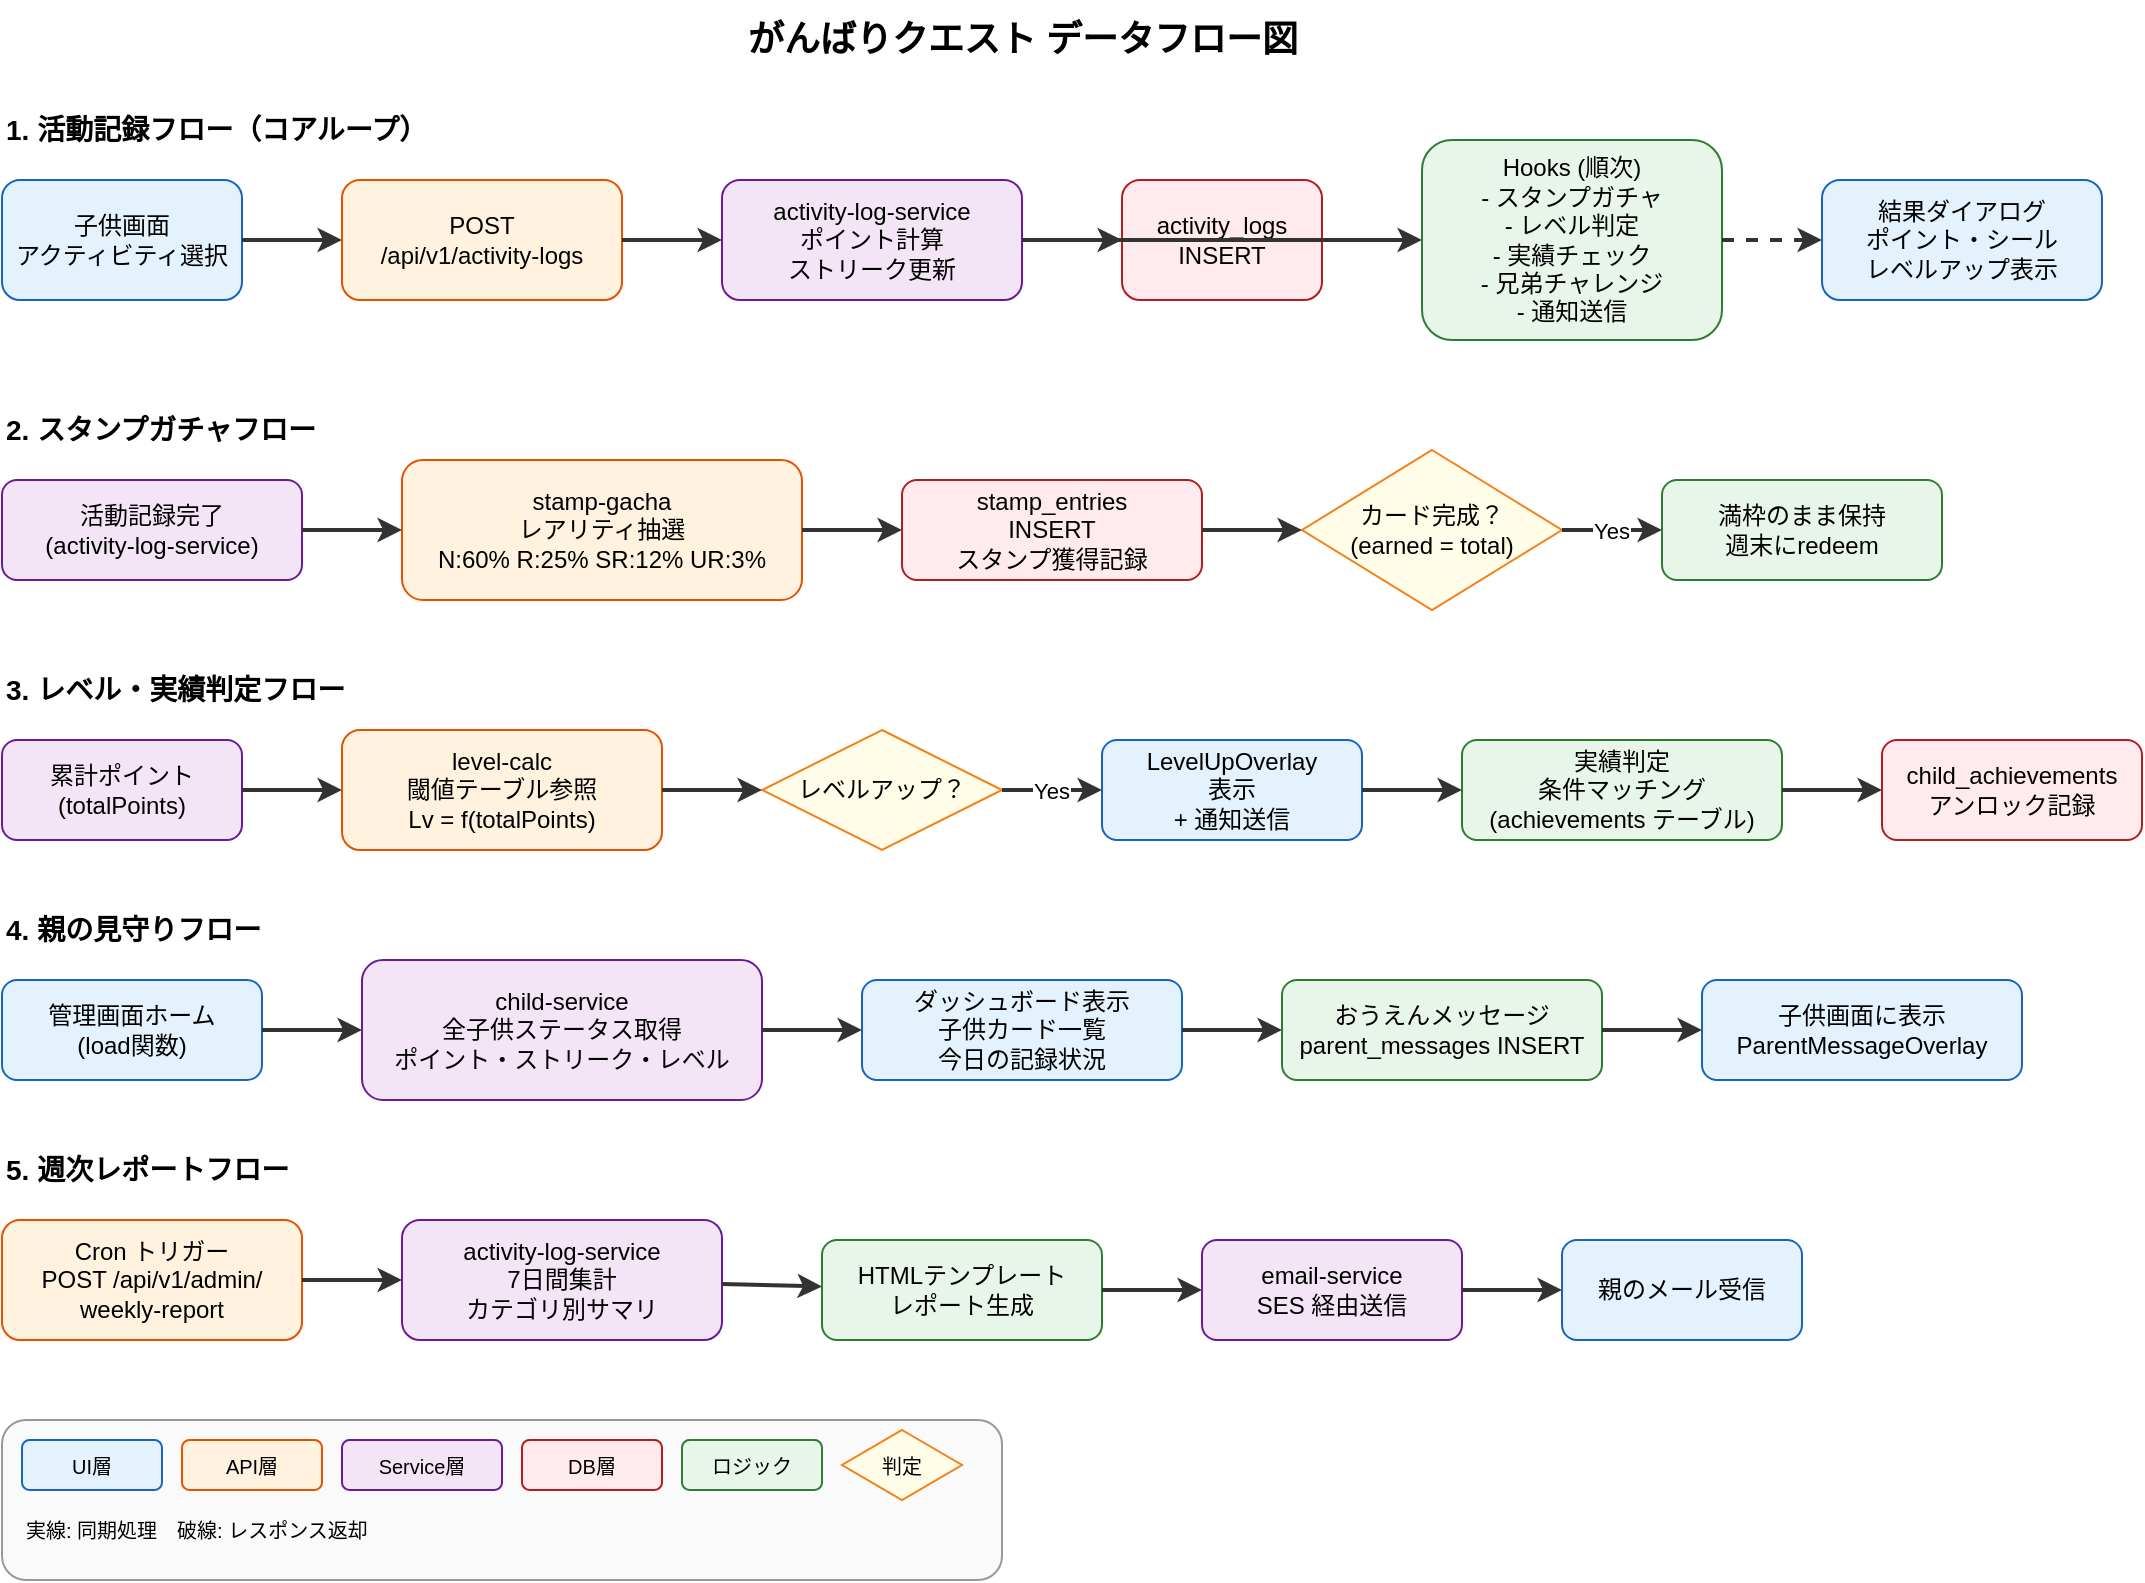
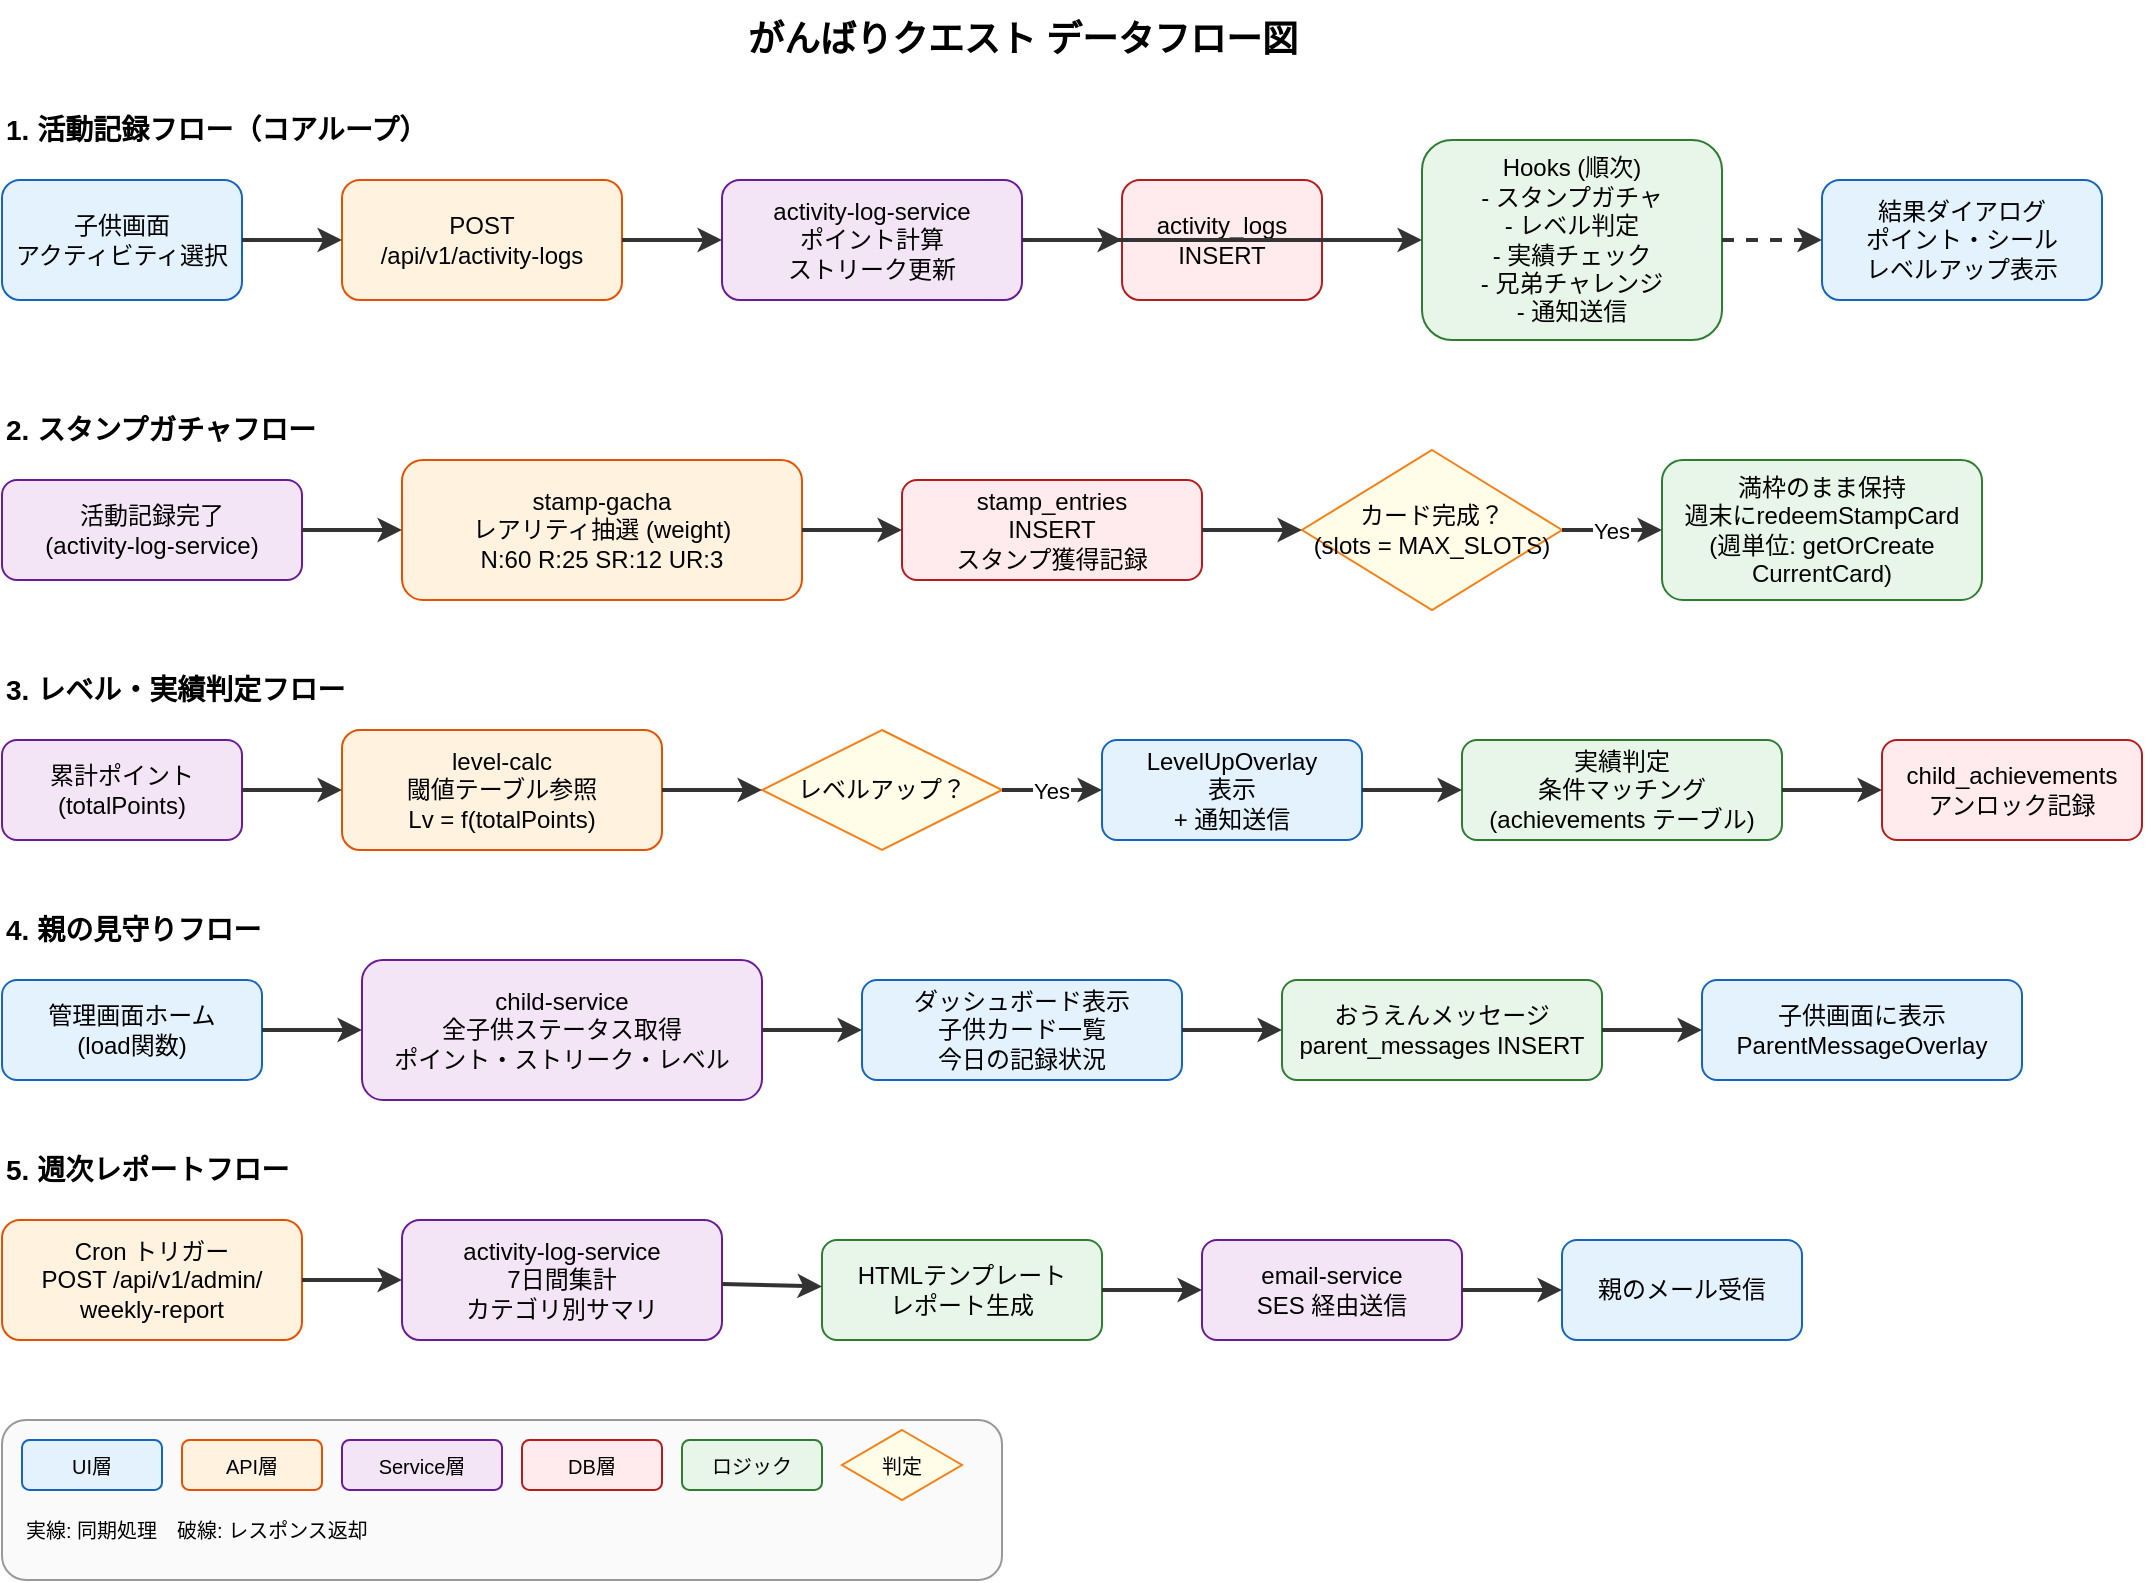
<mxfile host="app.diagrams.net" modified="2026-04-09" agent="Claude" version="24.0.0" type="device">
  <diagram id="data-flow" name="Data Flow">
    <mxGraphModel dx="1422" dy="900" grid="1" gridSize="10" guides="1" tooltips="1" connect="1" arrows="1" fold="1" page="1" pageScale="1" pageWidth="1169" pageHeight="827" math="0" shadow="0">
      <root>
        <mxCell id="0" />
        <mxCell id="1" parent="0" />

        <!-- Title -->
        <mxCell id="title" value="がんばりクエスト データフロー図" style="text;html=1;align=center;verticalAlign=middle;resizable=0;points=[];autosize=1;strokeColor=none;fillColor=none;fontSize=18;fontStyle=1;" vertex="1" parent="1">
          <mxGeometry x="350" y="10" width="400" height="40" as="geometry" />
        </mxCell>

        <!-- ===== Flow 1: Activity Recording (Core Loop) ===== -->
        <mxCell id="flow1-title" value="1. 活動記録フロー（コアループ）" style="text;html=1;align=left;verticalAlign=middle;strokeColor=none;fillColor=none;fontSize=14;fontStyle=1;" vertex="1" parent="1">
          <mxGeometry x="40" y="60" width="300" height="30" as="geometry" />
        </mxCell>

        <mxCell id="f1-child" value="子供画面&#xa;アクティビティ選択" style="rounded=1;whiteSpace=wrap;html=1;fillColor=#E3F2FD;strokeColor=#1565C0;" vertex="1" parent="1">
          <mxGeometry x="40" y="100" width="120" height="60" as="geometry" />
        </mxCell>
        <mxCell id="f1-api" value="POST&#xa;/api/v1/activity-logs" style="rounded=1;whiteSpace=wrap;html=1;fillColor=#FFF3E0;strokeColor=#E65100;" vertex="1" parent="1">
          <mxGeometry x="210" y="100" width="140" height="60" as="geometry" />
        </mxCell>
        <mxCell id="f1-svc" value="activity-log-service&#xa;ポイント計算&#xa;ストリーク更新" style="rounded=1;whiteSpace=wrap;html=1;fillColor=#F3E5F5;strokeColor=#6A1B9A;" vertex="1" parent="1">
          <mxGeometry x="400" y="100" width="150" height="60" as="geometry" />
        </mxCell>
        <mxCell id="f1-db" value="activity_logs&#xa;INSERT" style="rounded=1;whiteSpace=wrap;html=1;fillColor=#FFEBEE;strokeColor=#B71C1C;" vertex="1" parent="1">
          <mxGeometry x="600" y="100" width="100" height="60" as="geometry" />
        </mxCell>
        <mxCell id="f1-hooks" value="Hooks (順次)&#xa;- スタンプガチャ&#xa;- レベル判定&#xa;- 実績チェック&#xa;- 兄弟チャレンジ&#xa;- 通知送信" style="rounded=1;whiteSpace=wrap;html=1;fillColor=#E8F5E9;strokeColor=#2E7D32;" vertex="1" parent="1">
          <mxGeometry x="750" y="80" width="150" height="100" as="geometry" />
        </mxCell>
        <mxCell id="f1-result" value="結果ダイアログ&#xa;ポイント・シール&#xa;レベルアップ表示" style="rounded=1;whiteSpace=wrap;html=1;fillColor=#E3F2FD;strokeColor=#1565C0;" vertex="1" parent="1">
          <mxGeometry x="950" y="100" width="140" height="60" as="geometry" />
        </mxCell>

        <mxCell id="f1-e1" style="strokeColor=#333;strokeWidth=2;" edge="1" source="f1-child" target="f1-api" parent="1"><mxGeometry relative="1" as="geometry" /></mxCell>
        <mxCell id="f1-e2" style="strokeColor=#333;strokeWidth=2;" edge="1" source="f1-api" target="f1-svc" parent="1"><mxGeometry relative="1" as="geometry" /></mxCell>
        <mxCell id="f1-e3" style="strokeColor=#333;strokeWidth=2;" edge="1" source="f1-svc" target="f1-db" parent="1"><mxGeometry relative="1" as="geometry" /></mxCell>
        <mxCell id="f1-e4" style="strokeColor=#333;strokeWidth=2;" edge="1" source="f1-svc" target="f1-hooks" parent="1"><mxGeometry relative="1" as="geometry" /></mxCell>
        <mxCell id="f1-e5" style="strokeColor=#333;strokeWidth=2;dashed=1;" edge="1" source="f1-hooks" target="f1-result" parent="1"><mxGeometry relative="1" as="geometry" /></mxCell>

        <!-- ===== Flow 2: Stamp Gacha ===== -->
        <mxCell id="flow2-title" value="2. スタンプガチャフロー" style="text;html=1;align=left;verticalAlign=middle;strokeColor=none;fillColor=none;fontSize=14;fontStyle=1;" vertex="1" parent="1">
          <mxGeometry x="40" y="210" width="300" height="30" as="geometry" />
        </mxCell>

        <mxCell id="f2-trigger" value="活動記録完了&#xa;(activity-log-service)" style="rounded=1;whiteSpace=wrap;html=1;fillColor=#F3E5F5;strokeColor=#6A1B9A;" vertex="1" parent="1">
          <mxGeometry x="40" y="250" width="150" height="50" as="geometry" />
        </mxCell>
-         <mxCell id="f2-gacha" value="stamp-gacha&#xa;レアリティ抽選&#xa;N:60% R:25% SR:12% UR:3%" style="rounded=1;whiteSpace=wrap;html=1;fillColor=#FFF3E0;strokeColor=#E65100;" vertex="1" parent="1">
+         <mxCell id="f2-gacha" value="stamp-gacha&#xa;レアリティ抽選 (weight)&#xa;N:60 R:25 SR:12 UR:3" style="rounded=1;whiteSpace=wrap;html=1;fillColor=#FFF3E0;strokeColor=#E65100;" vertex="1" parent="1">
          <mxGeometry x="240" y="240" width="200" height="70" as="geometry" />
        </mxCell>
        <mxCell id="f2-card" value="stamp_entries&#xa;INSERT&#xa;スタンプ獲得記録" style="rounded=1;whiteSpace=wrap;html=1;fillColor=#FFEBEE;strokeColor=#B71C1C;" vertex="1" parent="1">
          <mxGeometry x="490" y="250" width="150" height="50" as="geometry" />
        </mxCell>
-         <mxCell id="f2-complete" value="カード完成？&#xa;(earned = total)" style="shape=rhombus;whiteSpace=wrap;html=1;fillColor=#FFFDE7;strokeColor=#F57F17;" vertex="1" parent="1">
+         <mxCell id="f2-complete" value="カード完成？&#xa;(slots = MAX_SLOTS)" style="shape=rhombus;whiteSpace=wrap;html=1;fillColor=#FFFDE7;strokeColor=#F57F17;" vertex="1" parent="1">
          <mxGeometry x="690" y="235" width="130" height="80" as="geometry" />
        </mxCell>
-         <mxCell id="f2-new" value="満枠のまま保持&#xa;週末にredeem" style="rounded=1;whiteSpace=wrap;html=1;fillColor=#E8F5E9;strokeColor=#2E7D32;" vertex="1" parent="1">
-           <mxGeometry x="870" y="250" width="140" height="50" as="geometry" />
+         <mxCell id="f2-new" value="満枠のまま保持&#xa;週末にredeemStampCard&#xa;(週単位: getOrCreate&#xa;CurrentCard)" style="rounded=1;whiteSpace=wrap;html=1;fillColor=#E8F5E9;strokeColor=#2E7D32;" vertex="1" parent="1">
+           <mxGeometry x="870" y="240" width="160" height="70" as="geometry" />
        </mxCell>

        <mxCell id="f2-e1" style="strokeColor=#333;strokeWidth=2;" edge="1" source="f2-trigger" target="f2-gacha" parent="1"><mxGeometry relative="1" as="geometry" /></mxCell>
        <mxCell id="f2-e2" style="strokeColor=#333;strokeWidth=2;" edge="1" source="f2-gacha" target="f2-card" parent="1"><mxGeometry relative="1" as="geometry" /></mxCell>
        <mxCell id="f2-e3" style="strokeColor=#333;strokeWidth=2;" edge="1" source="f2-card" target="f2-complete" parent="1"><mxGeometry relative="1" as="geometry" /></mxCell>
        <mxCell id="f2-e4" value="Yes" style="strokeColor=#333;strokeWidth=2;" edge="1" source="f2-complete" target="f2-new" parent="1"><mxGeometry relative="1" as="geometry" /></mxCell>

        <!-- ===== Flow 3: Level & Achievement ===== -->
        <mxCell id="flow3-title" value="3. レベル・実績判定フロー" style="text;html=1;align=left;verticalAlign=middle;strokeColor=none;fillColor=none;fontSize=14;fontStyle=1;" vertex="1" parent="1">
          <mxGeometry x="40" y="340" width="300" height="30" as="geometry" />
        </mxCell>

        <mxCell id="f3-points" value="累計ポイント&#xa;(totalPoints)" style="rounded=1;whiteSpace=wrap;html=1;fillColor=#F3E5F5;strokeColor=#6A1B9A;" vertex="1" parent="1">
          <mxGeometry x="40" y="380" width="120" height="50" as="geometry" />
        </mxCell>
        <mxCell id="f3-levelcalc" value="level-calc&#xa;閾値テーブル参照&#xa;Lv = f(totalPoints)" style="rounded=1;whiteSpace=wrap;html=1;fillColor=#FFF3E0;strokeColor=#E65100;" vertex="1" parent="1">
          <mxGeometry x="210" y="375" width="160" height="60" as="geometry" />
        </mxCell>
        <mxCell id="f3-levelup" value="レベルアップ？" style="shape=rhombus;whiteSpace=wrap;html=1;fillColor=#FFFDE7;strokeColor=#F57F17;" vertex="1" parent="1">
          <mxGeometry x="420" y="375" width="120" height="60" as="geometry" />
        </mxCell>
        <mxCell id="f3-notify" value="LevelUpOverlay&#xa;表示&#xa;+ 通知送信" style="rounded=1;whiteSpace=wrap;html=1;fillColor=#E3F2FD;strokeColor=#1565C0;" vertex="1" parent="1">
          <mxGeometry x="590" y="380" width="130" height="50" as="geometry" />
        </mxCell>
        <mxCell id="f3-achieve" value="実績判定&#xa;条件マッチング&#xa;(achievements テーブル)" style="rounded=1;whiteSpace=wrap;html=1;fillColor=#E8F5E9;strokeColor=#2E7D32;" vertex="1" parent="1">
          <mxGeometry x="770" y="380" width="160" height="50" as="geometry" />
        </mxCell>
        <mxCell id="f3-unlock" value="child_achievements&#xa;アンロック記録" style="rounded=1;whiteSpace=wrap;html=1;fillColor=#FFEBEE;strokeColor=#B71C1C;" vertex="1" parent="1">
          <mxGeometry x="980" y="380" width="130" height="50" as="geometry" />
        </mxCell>

        <mxCell id="f3-e1" style="strokeColor=#333;strokeWidth=2;" edge="1" source="f3-points" target="f3-levelcalc" parent="1"><mxGeometry relative="1" as="geometry" /></mxCell>
        <mxCell id="f3-e2" style="strokeColor=#333;strokeWidth=2;" edge="1" source="f3-levelcalc" target="f3-levelup" parent="1"><mxGeometry relative="1" as="geometry" /></mxCell>
        <mxCell id="f3-e3" value="Yes" style="strokeColor=#333;strokeWidth=2;" edge="1" source="f3-levelup" target="f3-notify" parent="1"><mxGeometry relative="1" as="geometry" /></mxCell>
        <mxCell id="f3-e4" style="strokeColor=#333;strokeWidth=2;" edge="1" source="f3-notify" target="f3-achieve" parent="1"><mxGeometry relative="1" as="geometry" /></mxCell>
        <mxCell id="f3-e5" style="strokeColor=#333;strokeWidth=2;" edge="1" source="f3-achieve" target="f3-unlock" parent="1"><mxGeometry relative="1" as="geometry" /></mxCell>

        <!-- ===== Flow 4: Parent Monitoring ===== -->
        <mxCell id="flow4-title" value="4. 親の見守りフロー" style="text;html=1;align=left;verticalAlign=middle;strokeColor=none;fillColor=none;fontSize=14;fontStyle=1;" vertex="1" parent="1">
          <mxGeometry x="40" y="460" width="300" height="30" as="geometry" />
        </mxCell>

        <mxCell id="f4-parent" value="管理画面ホーム&#xa;(load関数)" style="rounded=1;whiteSpace=wrap;html=1;fillColor=#E3F2FD;strokeColor=#1565C0;" vertex="1" parent="1">
          <mxGeometry x="40" y="500" width="130" height="50" as="geometry" />
        </mxCell>
        <mxCell id="f4-fetch" value="child-service&#xa;全子供ステータス取得&#xa;ポイント・ストリーク・レベル" style="rounded=1;whiteSpace=wrap;html=1;fillColor=#F3E5F5;strokeColor=#6A1B9A;" vertex="1" parent="1">
          <mxGeometry x="220" y="490" width="200" height="70" as="geometry" />
        </mxCell>
        <mxCell id="f4-dashboard" value="ダッシュボード表示&#xa;子供カード一覧&#xa;今日の記録状況" style="rounded=1;whiteSpace=wrap;html=1;fillColor=#E3F2FD;strokeColor=#1565C0;" vertex="1" parent="1">
          <mxGeometry x="470" y="500" width="160" height="50" as="geometry" />
        </mxCell>
        <mxCell id="f4-message" value="おうえんメッセージ&#xa;parent_messages INSERT" style="rounded=1;whiteSpace=wrap;html=1;fillColor=#E8F5E9;strokeColor=#2E7D32;" vertex="1" parent="1">
          <mxGeometry x="680" y="500" width="160" height="50" as="geometry" />
        </mxCell>
        <mxCell id="f4-show" value="子供画面に表示&#xa;ParentMessageOverlay" style="rounded=1;whiteSpace=wrap;html=1;fillColor=#E3F2FD;strokeColor=#1565C0;" vertex="1" parent="1">
          <mxGeometry x="890" y="500" width="160" height="50" as="geometry" />
        </mxCell>

        <mxCell id="f4-e1" style="strokeColor=#333;strokeWidth=2;" edge="1" source="f4-parent" target="f4-fetch" parent="1"><mxGeometry relative="1" as="geometry" /></mxCell>
        <mxCell id="f4-e2" style="strokeColor=#333;strokeWidth=2;" edge="1" source="f4-fetch" target="f4-dashboard" parent="1"><mxGeometry relative="1" as="geometry" /></mxCell>
        <mxCell id="f4-e3" style="strokeColor=#333;strokeWidth=2;" edge="1" source="f4-dashboard" target="f4-message" parent="1"><mxGeometry relative="1" as="geometry" /></mxCell>
        <mxCell id="f4-e4" style="strokeColor=#333;strokeWidth=2;" edge="1" source="f4-message" target="f4-show" parent="1"><mxGeometry relative="1" as="geometry" /></mxCell>

        <!-- ===== Flow 5: Weekly Report ===== -->
        <mxCell id="flow5-title" value="5. 週次レポートフロー" style="text;html=1;align=left;verticalAlign=middle;strokeColor=none;fillColor=none;fontSize=14;fontStyle=1;" vertex="1" parent="1">
          <mxGeometry x="40" y="580" width="300" height="30" as="geometry" />
        </mxCell>

        <mxCell id="f5-cron" value="Cron トリガー&#xa;POST /api/v1/admin/&#xa;weekly-report" style="rounded=1;whiteSpace=wrap;html=1;fillColor=#FFF3E0;strokeColor=#E65100;" vertex="1" parent="1">
          <mxGeometry x="40" y="620" width="150" height="60" as="geometry" />
        </mxCell>
        <mxCell id="f5-aggregate" value="activity-log-service&#xa;7日間集計&#xa;カテゴリ別サマリ" style="rounded=1;whiteSpace=wrap;html=1;fillColor=#F3E5F5;strokeColor=#6A1B9A;" vertex="1" parent="1">
          <mxGeometry x="240" y="620" width="160" height="60" as="geometry" />
        </mxCell>
        <mxCell id="f5-template" value="HTMLテンプレート&#xa;レポート生成" style="rounded=1;whiteSpace=wrap;html=1;fillColor=#E8F5E9;strokeColor=#2E7D32;" vertex="1" parent="1">
          <mxGeometry x="450" y="630" width="140" height="50" as="geometry" />
        </mxCell>
        <mxCell id="f5-ses" value="email-service&#xa;SES 経由送信" style="rounded=1;whiteSpace=wrap;html=1;fillColor=#F3E5F5;strokeColor=#6A1B9A;" vertex="1" parent="1">
          <mxGeometry x="640" y="630" width="130" height="50" as="geometry" />
        </mxCell>
        <mxCell id="f5-inbox" value="親のメール受信" style="rounded=1;whiteSpace=wrap;html=1;fillColor=#E3F2FD;strokeColor=#1565C0;" vertex="1" parent="1">
          <mxGeometry x="820" y="630" width="120" height="50" as="geometry" />
        </mxCell>

        <mxCell id="f5-e1" style="strokeColor=#333;strokeWidth=2;" edge="1" source="f5-cron" target="f5-aggregate" parent="1"><mxGeometry relative="1" as="geometry" /></mxCell>
        <mxCell id="f5-e2" style="strokeColor=#333;strokeWidth=2;" edge="1" source="f5-aggregate" target="f5-template" parent="1"><mxGeometry relative="1" as="geometry" /></mxCell>
        <mxCell id="f5-e3" style="strokeColor=#333;strokeWidth=2;" edge="1" source="f5-template" target="f5-ses" parent="1"><mxGeometry relative="1" as="geometry" /></mxCell>
        <mxCell id="f5-e4" style="strokeColor=#333;strokeWidth=2;" edge="1" source="f5-ses" target="f5-inbox" parent="1"><mxGeometry relative="1" as="geometry" /></mxCell>

        <!-- Legend -->
        <mxCell id="legend-box" value="" style="rounded=1;whiteSpace=wrap;html=1;fillColor=#FAFAFA;strokeColor=#999;" vertex="1" parent="1">
          <mxGeometry x="40" y="720" width="500" height="80" as="geometry" />
        </mxCell>
        <mxCell id="leg1" value="UI層" style="rounded=1;whiteSpace=wrap;html=1;fillColor=#E3F2FD;strokeColor=#1565C0;fontSize=10;" vertex="1" parent="1">
          <mxGeometry x="50" y="730" width="70" height="25" as="geometry" />
        </mxCell>
        <mxCell id="leg2" value="API層" style="rounded=1;whiteSpace=wrap;html=1;fillColor=#FFF3E0;strokeColor=#E65100;fontSize=10;" vertex="1" parent="1">
          <mxGeometry x="130" y="730" width="70" height="25" as="geometry" />
        </mxCell>
        <mxCell id="leg3" value="Service層" style="rounded=1;whiteSpace=wrap;html=1;fillColor=#F3E5F5;strokeColor=#6A1B9A;fontSize=10;" vertex="1" parent="1">
          <mxGeometry x="210" y="730" width="80" height="25" as="geometry" />
        </mxCell>
        <mxCell id="leg4" value="DB層" style="rounded=1;whiteSpace=wrap;html=1;fillColor=#FFEBEE;strokeColor=#B71C1C;fontSize=10;" vertex="1" parent="1">
          <mxGeometry x="300" y="730" width="70" height="25" as="geometry" />
        </mxCell>
        <mxCell id="leg5" value="ロジック" style="rounded=1;whiteSpace=wrap;html=1;fillColor=#E8F5E9;strokeColor=#2E7D32;fontSize=10;" vertex="1" parent="1">
          <mxGeometry x="380" y="730" width="70" height="25" as="geometry" />
        </mxCell>
        <mxCell id="leg6" value="判定" style="shape=rhombus;whiteSpace=wrap;html=1;fillColor=#FFFDE7;strokeColor=#F57F17;fontSize=10;" vertex="1" parent="1">
          <mxGeometry x="460" y="725" width="60" height="35" as="geometry" />
        </mxCell>
        <mxCell id="leg-text" value="実線: 同期処理　破線: レスポンス返却" style="text;html=1;align=left;verticalAlign=middle;strokeColor=none;fillColor=none;fontSize=10;" vertex="1" parent="1">
          <mxGeometry x="50" y="765" width="250" height="20" as="geometry" />
        </mxCell>
      </root>
    </mxGraphModel>
  </diagram>
</mxfile>
